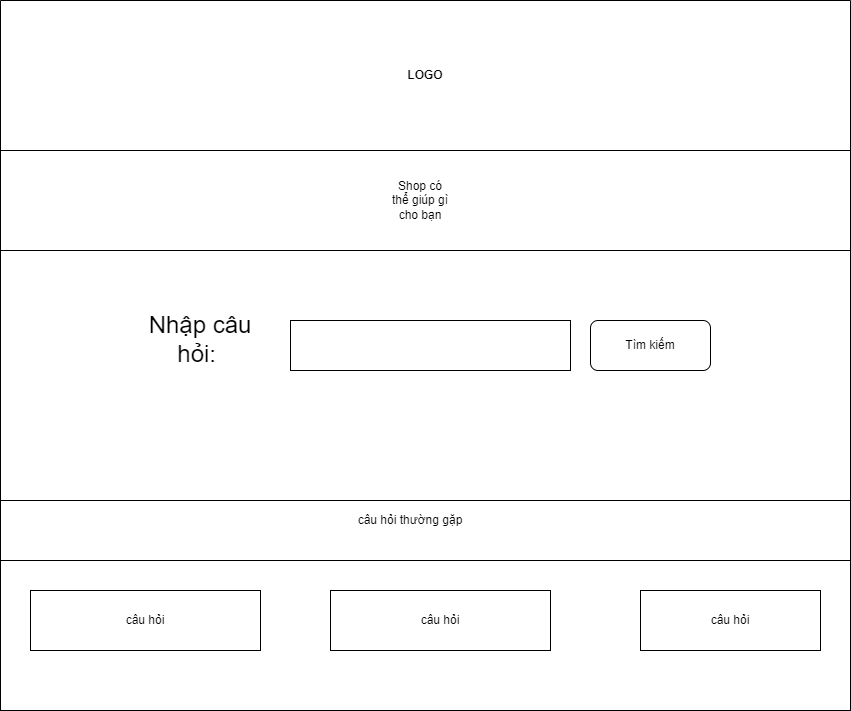
vudinhquy04/web1016_quyvd keeps this draw.io diagram as layout/Hỗ trợ - máy tính.png. Above is the earlier version. Source tidied: cells renumbered, new cells last; positions are measured from the earlier drawing's top-left corner, leaving out a move shared by most shapes. Its diagram source:
```xml
<mxGraphModel>
  <root>
    <mxCell id="0" />
    <mxCell id="1" parent="0" />
    <mxCell id="2" value="LOGO" style="swimlane;whiteSpace=wrap;html=1;startSize=150;" parent="1" vertex="1">
      <mxGeometry width="850" height="710" as="geometry" />
    </mxCell>
    <mxCell id="3" style="rounded=0;whiteSpace=wrap;html=1;" parent="2" vertex="1">
      <mxGeometry y="150" width="850" height="100" as="geometry" />
    </mxCell>
    <mxCell id="4" value="Shop có thể giúp gì cho bạn" style="text;html=1;strokeColor=none;fillColor=none;align=center;verticalAlign=middle;whiteSpace=wrap;rounded=0;" parent="2" vertex="1">
      <mxGeometry x="390" y="185" width="60" height="30" as="geometry" />
    </mxCell>
    <mxCell id="5" style="rounded=0;whiteSpace=wrap;html=1;" parent="2" vertex="1">
      <mxGeometry y="250" width="850" height="250" as="geometry" />
    </mxCell>
    <mxCell id="6" value="&lt;font style=&quot;font-size: 24px;&quot;&gt;Nhập câu hỏi:&amp;nbsp;&lt;/font&gt;" style="text;html=1;strokeColor=none;fillColor=none;align=center;verticalAlign=middle;whiteSpace=wrap;rounded=0;" parent="2" vertex="1">
      <mxGeometry x="130" y="303.8" width="140" height="70" as="geometry" />
    </mxCell>
    <mxCell id="7" style="rounded=0;whiteSpace=wrap;html=1;" parent="2" vertex="1">
      <mxGeometry x="290" y="320" width="280" height="50" as="geometry" />
    </mxCell>
    <mxCell id="8" value="Tìm kiếm" style="rounded=1;whiteSpace=wrap;html=1;" parent="2" vertex="1">
      <mxGeometry x="590" y="320" width="120" height="50" as="geometry" />
    </mxCell>
    <mxCell id="9" style="rounded=0;whiteSpace=wrap;html=1;" parent="2" vertex="1">
      <mxGeometry y="500" width="850" height="210" as="geometry" />
    </mxCell>
    <mxCell id="10" style="rounded=0;whiteSpace=wrap;html=1;" parent="2" vertex="1">
      <mxGeometry y="500" width="850" height="60" as="geometry" />
    </mxCell>
    <mxCell id="11" value="câu hỏi thường gặp" style="text;html=1;strokeColor=none;fillColor=none;align=center;verticalAlign=middle;whiteSpace=wrap;rounded=0;" parent="2" vertex="1">
      <mxGeometry x="230" y="500" width="360" height="40" as="geometry" />
    </mxCell>
    <mxCell id="12" value="câu hỏi" style="rounded=0;whiteSpace=wrap;html=1;" parent="2" vertex="1">
      <mxGeometry x="30" y="590" width="230" height="60" as="geometry" />
    </mxCell>
    <mxCell id="13" value="câu hỏi" style="rounded=0;whiteSpace=wrap;html=1;" parent="2" vertex="1">
      <mxGeometry x="330" y="590" width="220" height="60" as="geometry" />
    </mxCell>
    <mxCell id="14" value="câu hỏi" style="rounded=0;whiteSpace=wrap;html=1;" parent="2" vertex="1">
      <mxGeometry x="640" y="590" width="180" height="60" as="geometry" />
    </mxCell>
  </root>
</mxGraphModel>
```
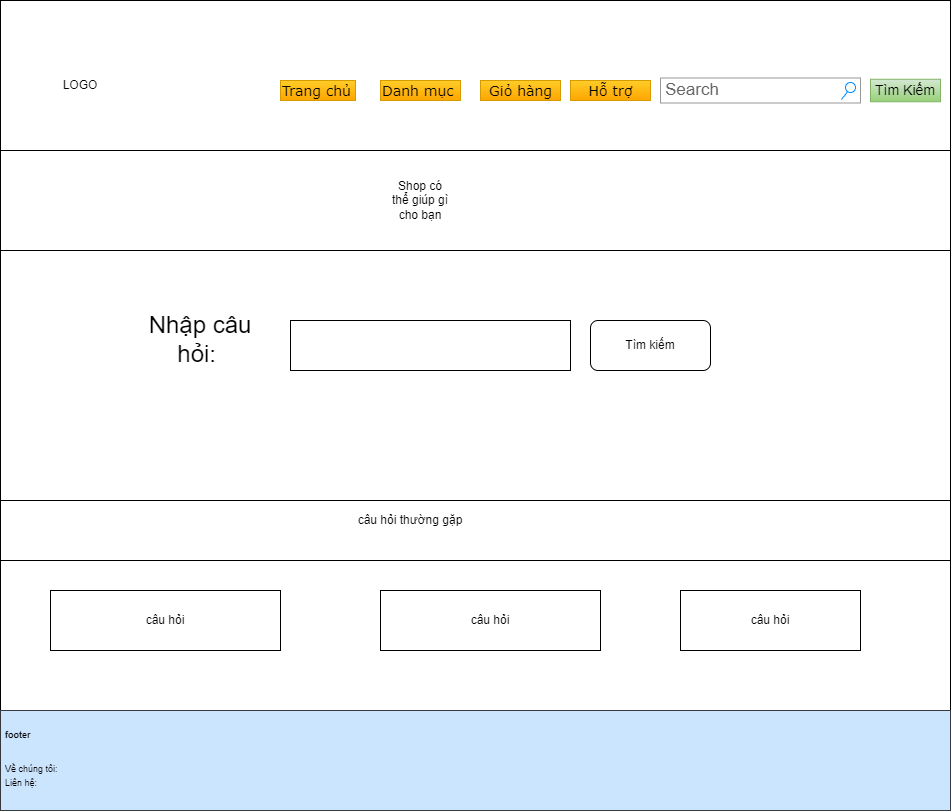
Later version of the same file.

What changed in the source:
```diff
@@ -2,17 +2,17 @@
   <root>
     <mxCell id="0" />
     <mxCell id="1" parent="0" />
-    <mxCell id="2" value="LOGO" style="swimlane;whiteSpace=wrap;html=1;startSize=150;" parent="1" vertex="1">
-      <mxGeometry width="850" height="710" as="geometry" />
+    <mxCell id="2" style="swimlane;whiteSpace=wrap;html=1;startSize=150;align=left;" parent="1" vertex="1">
+      <mxGeometry width="950" height="710" as="geometry" />
     </mxCell>
     <mxCell id="3" style="rounded=0;whiteSpace=wrap;html=1;" parent="2" vertex="1">
-      <mxGeometry y="150" width="850" height="100" as="geometry" />
+      <mxGeometry y="140" width="950" height="110" as="geometry" />
     </mxCell>
     <mxCell id="4" value="Shop có thể giúp gì cho bạn" style="text;html=1;strokeColor=none;fillColor=none;align=center;verticalAlign=middle;whiteSpace=wrap;rounded=0;" parent="2" vertex="1">
       <mxGeometry x="390" y="185" width="60" height="30" as="geometry" />
     </mxCell>
     <mxCell id="5" style="rounded=0;whiteSpace=wrap;html=1;" parent="2" vertex="1">
-      <mxGeometry y="250" width="850" height="250" as="geometry" />
+      <mxGeometry y="250" width="950" height="250" as="geometry" />
     </mxCell>
     <mxCell id="6" value="&lt;font style=&quot;font-size: 24px;&quot;&gt;Nhập câu hỏi:&amp;nbsp;&lt;/font&gt;" style="text;html=1;strokeColor=none;fillColor=none;align=center;verticalAlign=middle;whiteSpace=wrap;rounded=0;" parent="2" vertex="1">
       <mxGeometry x="130" y="303.8" width="140" height="70" as="geometry" />
@@ -24,22 +24,49 @@
       <mxGeometry x="590" y="320" width="120" height="50" as="geometry" />
     </mxCell>
     <mxCell id="9" style="rounded=0;whiteSpace=wrap;html=1;" parent="2" vertex="1">
-      <mxGeometry y="500" width="850" height="210" as="geometry" />
+      <mxGeometry y="500" width="950" height="210" as="geometry" />
     </mxCell>
     <mxCell id="10" style="rounded=0;whiteSpace=wrap;html=1;" parent="2" vertex="1">
-      <mxGeometry y="500" width="850" height="60" as="geometry" />
+      <mxGeometry y="500" width="950" height="60" as="geometry" />
     </mxCell>
     <mxCell id="11" value="câu hỏi thường gặp" style="text;html=1;strokeColor=none;fillColor=none;align=center;verticalAlign=middle;whiteSpace=wrap;rounded=0;" parent="2" vertex="1">
       <mxGeometry x="230" y="500" width="360" height="40" as="geometry" />
     </mxCell>
     <mxCell id="12" value="câu hỏi" style="rounded=0;whiteSpace=wrap;html=1;" parent="2" vertex="1">
-      <mxGeometry x="30" y="590" width="230" height="60" as="geometry" />
+      <mxGeometry x="50" y="590" width="230" height="60" as="geometry" />
     </mxCell>
     <mxCell id="13" value="câu hỏi" style="rounded=0;whiteSpace=wrap;html=1;" parent="2" vertex="1">
-      <mxGeometry x="330" y="590" width="220" height="60" as="geometry" />
+      <mxGeometry x="380" y="590" width="220" height="60" as="geometry" />
     </mxCell>
     <mxCell id="14" value="câu hỏi" style="rounded=0;whiteSpace=wrap;html=1;" parent="2" vertex="1">
-      <mxGeometry x="640" y="590" width="180" height="60" as="geometry" />
+      <mxGeometry x="680" y="590" width="180" height="60" as="geometry" />
     </mxCell>
+    <mxCell id="15" style="rounded=0;whiteSpace=wrap;html=1;" parent="2" vertex="1">
+      <mxGeometry width="950" height="150" as="geometry" />
+    </mxCell>
+    <mxCell id="16" value="Trang chủ" style="text;html=1;align=left;verticalAlign=top;spacingTop=-4;fontSize=14;fontFamily=Verdana;fillColor=#ffcd28;gradientColor=#ffa500;strokeColor=#d79b00;" parent="2" vertex="1">
+      <mxGeometry x="280" y="80" width="75" height="20" as="geometry" />
+    </mxCell>
+    <mxCell id="17" value="Danh mục" style="text;html=1;align=left;verticalAlign=top;spacingTop=-4;fontSize=14;fontFamily=Verdana;fillColor=#ffcd28;strokeColor=#d79b00;gradientColor=#ffa500;" parent="2" vertex="1">
+      <mxGeometry x="380" y="80" width="80" height="20" as="geometry" />
+    </mxCell>
+    <mxCell id="18" value="Giỏ hàng" style="text;html=1;align=center;verticalAlign=top;spacingTop=-4;fontSize=14;fontFamily=Verdana;fillColor=#ffcd28;strokeColor=#d79b00;gradientColor=#ffa500;" parent="2" vertex="1">
+      <mxGeometry x="480" y="80" width="80" height="20" as="geometry" />
+    </mxCell>
+    <mxCell id="19" value="Hỗ trợ" style="text;html=1;align=center;verticalAlign=top;spacingTop=-4;fontSize=14;fontFamily=Verdana;fillColor=#ffcd28;strokeColor=#d79b00;gradientColor=#ffa500;" parent="2" vertex="1">
+      <mxGeometry x="570" y="80" width="80" height="20" as="geometry" />
+    </mxCell>
+    <mxCell id="20" value="Search" style="strokeWidth=1;shadow=0;dashed=0;align=center;html=1;shape=mxgraph.mockup.forms.searchBox;strokeColor=#999999;mainText=;strokeColor2=#008cff;fontColor=#666666;fontSize=17;align=left;spacingLeft=3;rounded=0;labelBackgroundColor=none;comic=1;" parent="2" vertex="1">
+      <mxGeometry x="660" y="77.5" width="200" height="25" as="geometry" />
+    </mxCell>
+    <mxCell id="21" value="&lt;p style=&quot;line-height: 120%;&quot;&gt;&lt;font style=&quot;font-size: 14px;&quot;&gt;Tìm Kiếm&lt;/font&gt;&lt;/p&gt;" style="text;html=1;strokeColor=#82b366;fillColor=#d5e8d4;align=center;verticalAlign=middle;whiteSpace=wrap;rounded=0;gradientColor=#97d077;" parent="2" vertex="1">
+      <mxGeometry x="870" y="78.8" width="70" height="22.5" as="geometry" />
+    </mxCell>
+    <mxCell id="22" value="LOGO" style="text;html=1;strokeColor=none;fillColor=none;align=center;verticalAlign=middle;whiteSpace=wrap;rounded=0;" parent="2" vertex="1">
+      <mxGeometry x="50" y="70" width="60" height="30" as="geometry" />
+    </mxCell>
+    <mxCell id="23" value="&lt;h1&gt;&lt;font style=&quot;font-size: 9px;&quot;&gt;footer&lt;/font&gt;&lt;/h1&gt;&lt;div&gt;&lt;font style=&quot;font-size: 9px;&quot;&gt;Về chúng tôi:&lt;/font&gt;&lt;/div&gt;&lt;div&gt;&lt;font style=&quot;font-size: 9px;&quot;&gt;Liên hệ:&lt;/font&gt;&lt;/div&gt;" style="text;html=1;strokeColor=#36393d;fillColor=#cce5ff;spacing=5;spacingTop=-20;whiteSpace=wrap;overflow=hidden;rounded=0;" parent="1" vertex="1">
+      <mxGeometry y="710" width="950" height="100" as="geometry" />
+    </mxCell>
   </root>
 </mxGraphModel>
```
